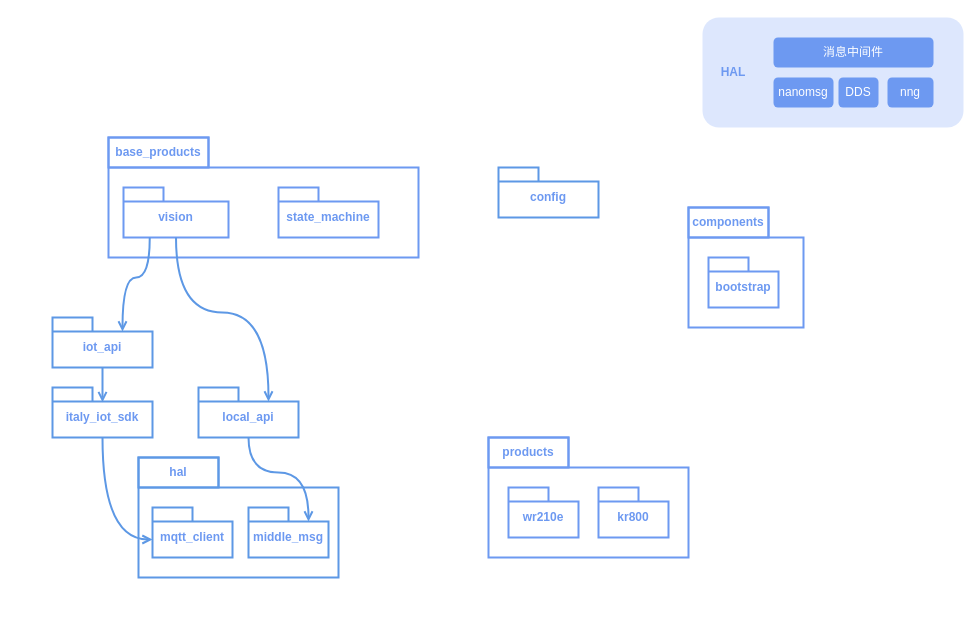
Before: 割草机类图依赖.drawio in xunzhaoxusanduo/1-drawio, a draw.io diagram. Source tidied: cells renumbered, new cells numbered last; positions are measured from the earlier drawing's top-left corner, leaving out a move shared by most shapes. Both pictures are drawn from the tidied source at 100%, with x=0, y=0 at pixel (52, 17).
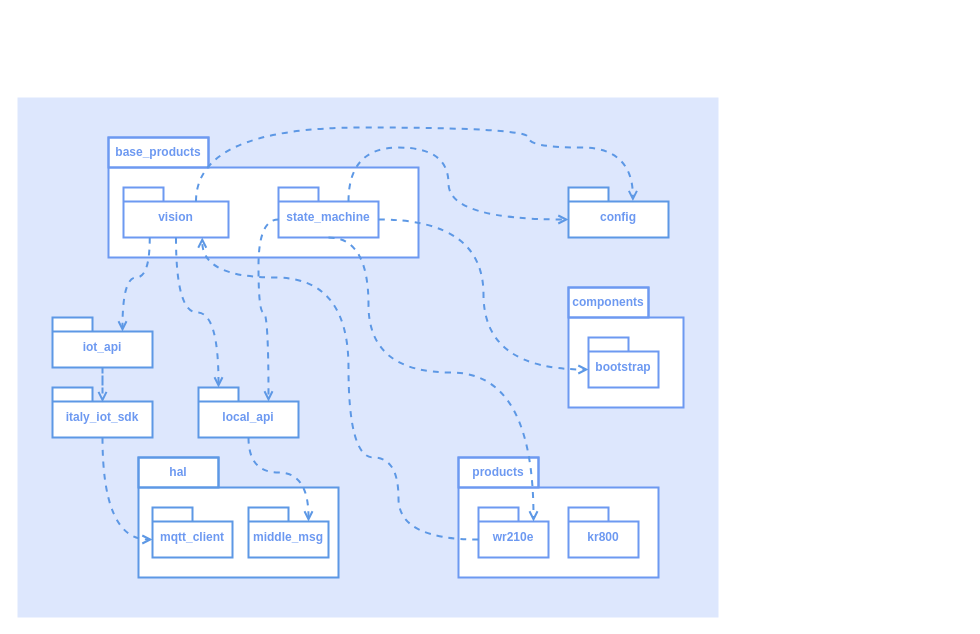
The same page after the edit.

Commit message (it also covers changes not shown here):
更新割草机类图依赖.drawio

The change refers to these unchanged cells:
```xml
<mxCell id="4" value="state_machine" style="shape=folder;fontStyle=1;spacingTop=10;tabWidth=40;tabHeight=14;tabPosition=left;html=1;whiteSpace=wrap;strokeColor=#6d99f1;strokeWidth=2;fontColor=#6d99f1;" parent="1" vertex="1">
  <mxGeometry x="226" y="170" width="100" height="50" as="geometry" />
</mxCell>
<mxCell id="5" value="vision" style="shape=folder;fontStyle=1;spacingTop=10;tabWidth=40;tabHeight=14;tabPosition=left;html=1;whiteSpace=wrap;strokeColor=#6d99f1;strokeWidth=2;fontColor=#6d99f1;" parent="1" vertex="1">
  <mxGeometry x="71" y="170" width="105" height="50" as="geometry" />
</mxCell>
<mxCell id="10" value="italy_iot_sdk" style="shape=folder;fontStyle=1;spacingTop=10;tabWidth=40;tabHeight=14;tabPosition=left;html=1;whiteSpace=wrap;strokeColor=#5d98e5;strokeWidth=2;fontColor=#6d99f1;" parent="1" vertex="1">
  <mxGeometry y="370" width="100" height="50" as="geometry" />
</mxCell>
<mxCell id="11" value="iot_api" style="shape=folder;fontStyle=1;spacingTop=10;tabWidth=40;tabHeight=14;tabPosition=left;html=1;whiteSpace=wrap;strokeColor=#5d98e5;strokeWidth=2;fontColor=#6d99f1;" parent="1" vertex="1">
  <mxGeometry y="300" width="100" height="50" as="geometry" />
</mxCell>
<mxCell id="12" value="local_api" style="shape=folder;fontStyle=1;spacingTop=10;tabWidth=40;tabHeight=14;tabPosition=left;html=1;whiteSpace=wrap;strokeColor=#5d98e5;strokeWidth=2;fontColor=#6d99f1;" parent="1" vertex="1">
  <mxGeometry x="146" y="370" width="100" height="50" as="geometry" />
</mxCell>
<mxCell id="15" value="mqtt_client" style="shape=folder;fontStyle=1;spacingTop=10;tabWidth=40;tabHeight=14;tabPosition=left;html=1;whiteSpace=wrap;strokeColor=#5d98e5;strokeWidth=2;fontColor=#6d99f1;" parent="1" vertex="1">
  <mxGeometry x="100" y="490" width="80" height="50" as="geometry" />
</mxCell>
<mxCell id="16" value="middle_msg" style="shape=folder;fontStyle=1;spacingTop=10;tabWidth=40;tabHeight=14;tabPosition=left;html=1;whiteSpace=wrap;strokeColor=#5d98e5;strokeWidth=2;fontColor=#6d99f1;" parent="1" vertex="1">
  <mxGeometry x="196" y="490" width="80" height="50" as="geometry" />
</mxCell>
```

Change to the diagram source:
```diff
@@
+    <mxCell id="32" style="rounded=0;whiteSpace=wrap;html=1;fillColor=#dde7fd;strokeColor=none;" parent="1" vertex="1">
+      <mxGeometry x="-35" y="80" width="701" height="520" as="geometry" />
+    </mxCell>
@@
     <mxCell id="6" style="shape=folder;fontStyle=1;spacingTop=10;tabWidth=80;tabHeight=30;tabPosition=left;html=1;whiteSpace=wrap;strokeColor=#6d99f1;strokeWidth=2;fontColor=#6d99f1;" parent="1" vertex="1">
-      <mxGeometry x="436" y="420" width="200" height="120" as="geometry" />
+      <mxGeometry x="406" y="440" width="200" height="120" as="geometry" />
     </mxCell>
     <mxCell id="7" value="&lt;b&gt;products&lt;/b&gt;" style="text;html=1;strokeColor=#6d99f1;fillColor=none;align=center;verticalAlign=middle;whiteSpace=wrap;rounded=0;strokeWidth=2;fontColor=#6d99f1;" parent="1" vertex="1">
-      <mxGeometry x="436" y="420" width="80" height="30" as="geometry" />
+      <mxGeometry x="406" y="440" width="80" height="30" as="geometry" />
     </mxCell>
     <mxCell id="8" value="wr210e" style="shape=folder;fontStyle=1;spacingTop=10;tabWidth=40;tabHeight=14;tabPosition=left;html=1;whiteSpace=wrap;strokeColor=#6d99f1;strokeWidth=2;fontColor=#6d99f1;" parent="1" vertex="1">
-      <mxGeometry x="456" y="470" width="70" height="50" as="geometry" />
+      <mxGeometry x="426" y="490" width="70" height="50" as="geometry" />
     </mxCell>
     <mxCell id="9" value="kr800" style="shape=folder;fontStyle=1;spacingTop=10;tabWidth=40;tabHeight=14;tabPosition=left;html=1;whiteSpace=wrap;strokeColor=#6d99f1;strokeWidth=2;fontColor=#6d99f1;" parent="1" vertex="1">
-      <mxGeometry x="546" y="470" width="70" height="50" as="geometry" />
+      <mxGeometry x="516" y="490" width="70" height="50" as="geometry" />
     </mxCell>
@@
-    <mxCell id="17" style="edgeStyle=orthogonalEdgeStyle;rounded=0;jettySize=auto;html=1;entryX=0.5;entryY=0.293;entryDx=0;entryDy=0;entryPerimeter=0;endArrow=open;endFill=0;strokeColor=#5d98e5;strokeWidth=2;fontColor=#6d99f1;" parent="1" edge="1" source="11" target="10">
+    <mxCell id="17" style="edgeStyle=orthogonalEdgeStyle;rounded=0;jettySize=auto;html=1;entryX=0.5;entryY=0.293;entryDx=0;entryDy=0;entryPerimeter=0;endArrow=open;endFill=0;strokeColor=#5d98e5;strokeWidth=2;fontColor=#6d99f1;dashed=1;" parent="1" edge="1" source="11" target="10">
       <mxGeometry relative="1" as="geometry" />
     </mxCell>
-    <mxCell id="18" style="edgeStyle=orthogonalEdgeStyle;rounded=0;jettySize=auto;html=1;entryX=0;entryY=0;entryDx=60;entryDy=14;entryPerimeter=0;endArrow=open;endFill=0;strokeColor=#5d98e5;strokeWidth=2;fontColor=#6d99f1;curved=1;" parent="1" edge="1" source="12" target="16">
+    <mxCell id="18" style="edgeStyle=orthogonalEdgeStyle;rounded=0;jettySize=auto;html=1;entryX=0;entryY=0;entryDx=60;entryDy=14;entryPerimeter=0;endArrow=open;endFill=0;strokeColor=#5d98e5;strokeWidth=2;fontColor=#6d99f1;curved=1;dashed=1;" parent="1" edge="1" source="12" target="16">
       <mxGeometry relative="1" as="geometry" />
     </mxCell>
-    <mxCell id="19" style="rounded=1;whiteSpace=wrap;html=1;fillColor=#dde7fd;strokeColor=none;" parent="1" vertex="1">
-      <mxGeometry x="650" width="261" height="110" as="geometry" />
-    </mxCell>
-    <mxCell id="20" value="消息中间件" style="rounded=1;whiteSpace=wrap;html=1;strokeColor=none;fillColor=#6d99f1;fontColor=#ffffff;" parent="1" vertex="1">
-      <mxGeometry x="721" y="20" width="160" height="30" as="geometry" />
-    </mxCell>
-    <mxCell id="21" value="nanomsg" style="rounded=1;whiteSpace=wrap;html=1;strokeColor=none;fillColor=#6d99f1;fontColor=#ffffff;" parent="1" vertex="1">
-      <mxGeometry x="721" y="60" width="60" height="30" as="geometry" />
-    </mxCell>
-    <mxCell id="22" value="DDS" style="rounded=1;whiteSpace=wrap;html=1;strokeColor=none;fillColor=#6d99f1;fontColor=#ffffff;" parent="1" vertex="1">
-      <mxGeometry x="786" y="60" width="40" height="30" as="geometry" />
-    </mxCell>
-    <mxCell id="23" value="HAL" style="text;html=1;strokeColor=none;fillColor=none;align=center;verticalAlign=middle;whiteSpace=wrap;rounded=0;fontColor=#6d99f1;fontStyle=1;" parent="1" vertex="1">
-      <mxGeometry x="646" y="40" width="70" height="30" as="geometry" />
-    </mxCell>
-    <mxCell id="24" value="nng" style="rounded=1;whiteSpace=wrap;html=1;strokeColor=none;fillColor=#6d99f1;fontColor=#ffffff;" parent="1" vertex="1">
-      <mxGeometry x="835" y="60" width="46" height="30" as="geometry" />
-    </mxCell>
     <mxCell id="25" style="shape=folder;fontStyle=1;spacingTop=10;tabWidth=80;tabHeight=30;tabPosition=left;html=1;whiteSpace=wrap;strokeColor=#6d99f1;strokeWidth=2;fontColor=#6d99f1;" parent="1" vertex="1">
-      <mxGeometry x="636" y="190" width="115" height="120" as="geometry" />
+      <mxGeometry x="516" y="270" width="115" height="120" as="geometry" />
     </mxCell>
     <mxCell id="26" value="&lt;b&gt;components&lt;/b&gt;" style="text;html=1;strokeColor=#6d99f1;fillColor=none;align=center;verticalAlign=middle;whiteSpace=wrap;rounded=0;strokeWidth=2;fontColor=#6d99f1;" parent="1" vertex="1">
-      <mxGeometry x="636" y="190" width="80" height="30" as="geometry" />
+      <mxGeometry x="516" y="270" width="80" height="30" as="geometry" />
     </mxCell>
     <mxCell id="27" value="bootstrap" style="shape=folder;fontStyle=1;spacingTop=10;tabWidth=40;tabHeight=14;tabPosition=left;html=1;whiteSpace=wrap;strokeColor=#6d99f1;strokeWidth=2;fontColor=#6d99f1;" parent="1" vertex="1">
-      <mxGeometry x="656" y="240" width="70" height="50" as="geometry" />
+      <mxGeometry x="536" y="320" width="70" height="50" as="geometry" />
     </mxCell>
     <mxCell id="28" value="config" style="shape=folder;fontStyle=1;spacingTop=10;tabWidth=40;tabHeight=14;tabPosition=left;html=1;whiteSpace=wrap;strokeColor=#5d98e5;strokeWidth=2;fontColor=#6d99f1;" parent="1" vertex="1">
-      <mxGeometry x="446" y="150" width="100" height="50" as="geometry" />
+      <mxGeometry x="516" y="170" width="100" height="50" as="geometry" />
     </mxCell>
-    <mxCell id="29" style="edgeStyle=orthogonalEdgeStyle;rounded=0;jettySize=auto;html=1;exitX=0.25;exitY=1;exitDx=0;exitDy=0;exitPerimeter=0;entryX=0;entryY=0;entryDx=70;entryDy=14;entryPerimeter=0;curved=1;strokeWidth=2;endArrow=open;strokeColor=#5d98e5;fontColor=#6d99f1;endFill=0;" parent="1" edge="1" source="5" target="11">
+    <mxCell id="29" style="edgeStyle=orthogonalEdgeStyle;rounded=0;jettySize=auto;html=1;exitX=0.25;exitY=1;exitDx=0;exitDy=0;exitPerimeter=0;entryX=0;entryY=0;entryDx=70;entryDy=14;entryPerimeter=0;curved=1;strokeWidth=2;endArrow=open;strokeColor=#5d98e5;fontColor=#6d99f1;endFill=0;dashed=1;" parent="1" edge="1" source="5" target="11">
       <mxGeometry relative="1" as="geometry" />
     </mxCell>
-    <mxCell id="30" style="edgeStyle=orthogonalEdgeStyle;rounded=0;jettySize=auto;html=1;exitX=0.5;exitY=1;exitDx=0;exitDy=0;exitPerimeter=0;entryX=0;entryY=0;entryDx=70;entryDy=14;entryPerimeter=0;curved=1;strokeWidth=2;endArrow=open;strokeColor=#5d98e5;fontColor=#6d99f1;endFill=0;" parent="1" edge="1" source="5" target="12">
-      <mxGeometry relative="1" as="geometry" />
+    <mxCell id="30" style="edgeStyle=orthogonalEdgeStyle;rounded=0;jettySize=auto;html=1;exitX=0.5;exitY=1;exitDx=0;exitDy=0;exitPerimeter=0;entryX=0;entryY=0;entryDx=20;entryDy=0;entryPerimeter=0;curved=1;strokeWidth=2;endArrow=open;strokeColor=#5d98e5;fontColor=#6d99f1;endFill=0;dashed=1;" parent="1" edge="1" source="5" target="12">
+      <mxGeometry relative="1" as="geometry">
+        <Array as="points">
+          <mxPoint x="124" y="295" />
+          <mxPoint x="166" y="295" />
+        </Array>
+      </mxGeometry>
     </mxCell>
-    <mxCell id="31" style="edgeStyle=orthogonalEdgeStyle;rounded=0;jettySize=auto;html=1;entryX=0;entryY=0;entryDx=0;entryDy=32;entryPerimeter=0;curved=1;strokeWidth=2;endArrow=open;strokeColor=#5d98e5;fontColor=#6d99f1;endFill=0;" parent="1" edge="1" source="10" target="15">
+    <mxCell id="31" style="edgeStyle=orthogonalEdgeStyle;rounded=0;jettySize=auto;html=1;entryX=0;entryY=0;entryDx=0;entryDy=32;entryPerimeter=0;curved=1;strokeWidth=2;endArrow=open;strokeColor=#5d98e5;fontColor=#6d99f1;endFill=0;dashed=1;" parent="1" edge="1" source="10" target="15">
       <mxGeometry relative="1" as="geometry" />
     </mxCell>
+    <mxCell id="33" style="edgeStyle=orthogonalEdgeStyle;rounded=0;jettySize=auto;html=1;exitX=0;exitY=0;exitDx=0;exitDy=32;exitPerimeter=0;entryX=0.75;entryY=1;entryDx=0;entryDy=0;entryPerimeter=0;curved=1;endArrow=open;strokeColor=#5d98e5;fontColor=#6d99f1;strokeWidth=2;endFill=0;dashed=1;" parent="1" edge="1" source="8" target="5">
+      <mxGeometry relative="1" as="geometry">
+        <Array as="points">
+          <mxPoint x="346" y="522" />
+          <mxPoint x="346" y="440" />
+          <mxPoint x="296" y="440" />
+          <mxPoint x="296" y="260" />
+          <mxPoint x="150" y="260" />
+        </Array>
+      </mxGeometry>
+    </mxCell>
+    <mxCell id="34" style="edgeStyle=orthogonalEdgeStyle;rounded=0;jettySize=auto;html=1;exitX=0;exitY=0;exitDx=0;exitDy=32;exitPerimeter=0;entryX=0;entryY=0;entryDx=70;entryDy=14;entryPerimeter=0;curved=1;endArrow=open;strokeColor=#5d98e5;fontColor=#6d99f1;strokeWidth=2;endFill=0;dashed=1;" parent="1" edge="1" source="4" target="12">
+      <mxGeometry relative="1" as="geometry" />
+    </mxCell>
+    <mxCell id="35" style="edgeStyle=orthogonalEdgeStyle;rounded=0;jettySize=auto;html=1;exitX=0.5;exitY=1;exitDx=0;exitDy=0;exitPerimeter=0;entryX=0;entryY=0;entryDx=55;entryDy=14;entryPerimeter=0;curved=1;endArrow=open;strokeColor=#5d98e5;fontColor=#6d99f1;strokeWidth=2;endFill=0;dashed=1;" parent="1" edge="1" source="4" target="8">
+      <mxGeometry relative="1" as="geometry">
+        <Array as="points">
+          <mxPoint x="316" y="220" />
+          <mxPoint x="316" y="355" />
+          <mxPoint x="481" y="355" />
+        </Array>
+      </mxGeometry>
+    </mxCell>
+    <mxCell id="36" style="edgeStyle=orthogonalEdgeStyle;rounded=0;jettySize=auto;html=1;exitX=0;exitY=0;exitDx=100;exitDy=32;exitPerimeter=0;entryX=0;entryY=0;entryDx=0;entryDy=32;entryPerimeter=0;curved=1;endArrow=open;strokeColor=#5d98e5;fontColor=#6d99f1;strokeWidth=2;endFill=0;dashed=1;" parent="1" edge="1" source="4" target="27">
+      <mxGeometry relative="1" as="geometry" />
+    </mxCell>
+    <mxCell id="37" style="edgeStyle=orthogonalEdgeStyle;rounded=0;jettySize=auto;html=1;exitX=0;exitY=0;exitDx=72.5;exitDy=14;exitPerimeter=0;entryX=0.644;entryY=0.272;entryDx=0;entryDy=0;entryPerimeter=0;curved=1;endArrow=open;strokeColor=#5d98e5;fontColor=#6d99f1;strokeWidth=2;endFill=0;dashed=1;" parent="1" edge="1" source="5" target="28">
+      <mxGeometry relative="1" as="geometry">
+        <Array as="points">
+          <mxPoint x="143" y="110" />
+          <mxPoint x="476" y="110" />
+          <mxPoint x="476" y="130" />
+          <mxPoint x="580" y="130" />
+        </Array>
+      </mxGeometry>
+    </mxCell>
+    <mxCell id="38" style="edgeStyle=orthogonalEdgeStyle;rounded=0;jettySize=auto;html=1;exitX=0;exitY=0;exitDx=70;exitDy=14;exitPerimeter=0;entryX=0;entryY=0;entryDx=0;entryDy=32;entryPerimeter=0;curved=1;endArrow=open;strokeColor=#5d98e5;fontColor=#6d99f1;strokeWidth=2;endFill=0;dashed=1;" parent="1" edge="1" source="4" target="28">
+      <mxGeometry relative="1" as="geometry">
+        <Array as="points">
+          <mxPoint x="296" y="130" />
+          <mxPoint x="396" y="130" />
+          <mxPoint x="396" y="202" />
+        </Array>
+      </mxGeometry>
+    </mxCell>
```
